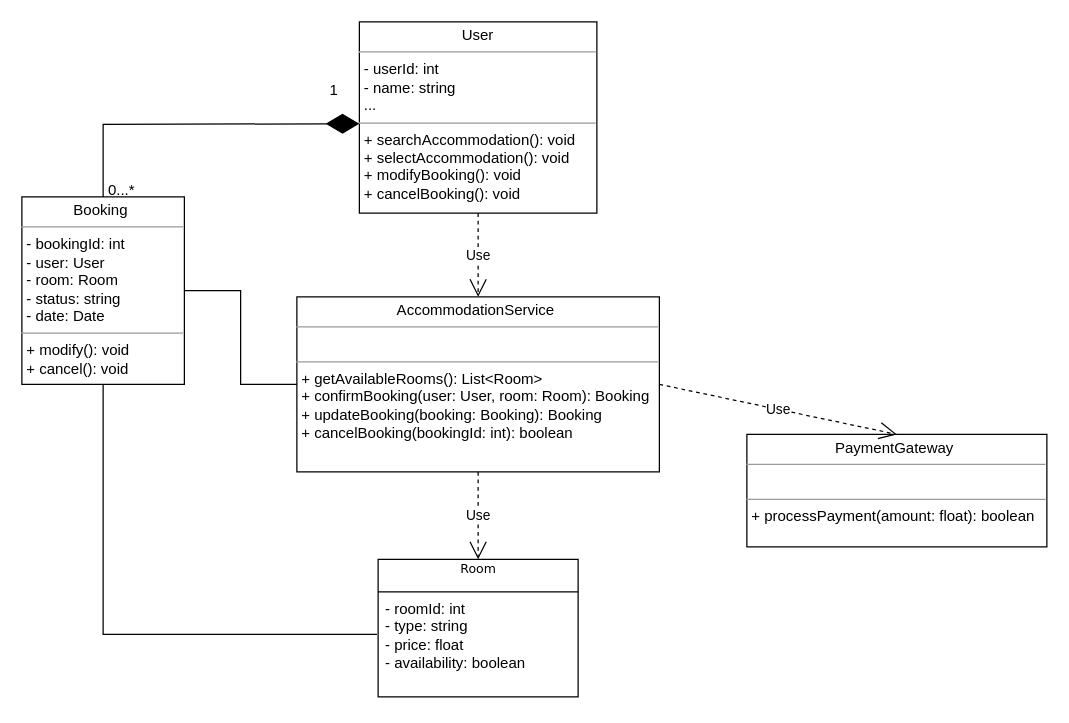
Before: UML Modeling/Class Diagram/AccomodationClassDiagram.drawio in Luis-S4/Tourism-MS, a draw.io diagram. Source tidied: cells renumbered, new cells numbered last; positions are measured from the earlier drawing's top-left corner, leaving out a move shared by most shapes. Both pictures are drawn from the tidied source at 125%, with x=0, y=0 at pixel (21, 21).
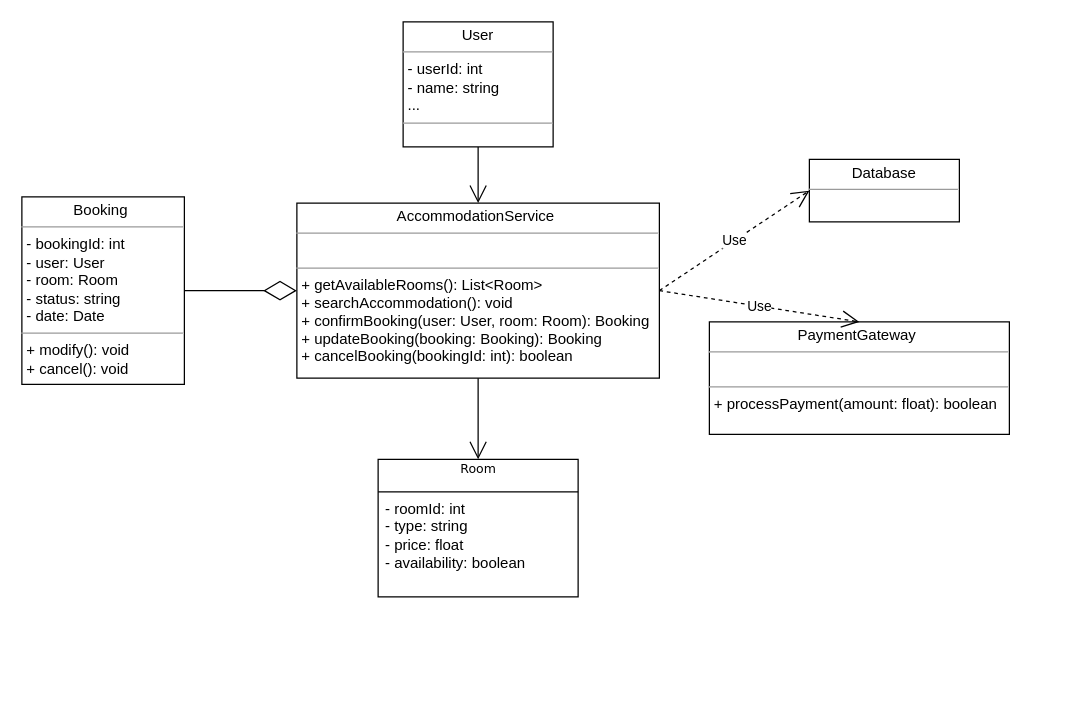
Above is the later version.

Change to the diagram source:
```diff
@@
 <mxGraphModel>
   <root>
     <mxCell id="0" />
     <mxCell id="1" parent="0" />
     <mxCell id="2" value="Room&lt;div&gt;&lt;br/&gt;&lt;/div&gt;" style="swimlane;html=1;fontStyle=0;horizontal=1;startSize=26;fillColor=none;swimlaneFillColor=#ffffff;rounded=0;shadow=0;comic=0;labelBackgroundColor=none;strokeWidth=1;fontFamily=Verdana;fontSize=10;align=center;" parent="1" vertex="1">
-      <mxGeometry x="285" y="430" width="160" height="110" as="geometry" />
+      <mxGeometry x="285" y="350" width="160" height="110" as="geometry" />
     </mxCell>
     <mxCell id="3" value="- roomId: int&amp;nbsp;&lt;div&gt;- type: string&amp;nbsp;&lt;/div&gt;&lt;div&gt;- price: float&amp;nbsp;&lt;/div&gt;&lt;div&gt;- availability: boolean&lt;/div&gt;" style="text;html=1;strokeColor=none;fillColor=none;align=left;verticalAlign=top;spacingLeft=4;spacingRight=4;whiteSpace=wrap;overflow=hidden;points=[[0,0.5],[1,0.5]];portConstraint=eastwest;" parent="2" vertex="1">
       <mxGeometry y="26" width="160" height="84" as="geometry" />
     </mxCell>
-    <mxCell id="4" value="&lt;p style=&quot;margin:0px;margin-top:4px;text-align:center;&quot;&gt;AccommodationService&amp;nbsp;&lt;/p&gt;&lt;hr size=&quot;1&quot;&gt;&lt;p style=&quot;margin:0px;margin-left:4px;&quot;&gt;&lt;br&gt;&lt;/p&gt;&lt;hr size=&quot;1&quot;&gt;&lt;p style=&quot;margin:0px;margin-left:4px;&quot;&gt;+ getAvailableRooms(): List&amp;lt;Room&amp;gt;&amp;nbsp;&lt;/p&gt;&lt;p style=&quot;margin:0px;margin-left:4px;&quot;&gt;+ confirmBooking(user: User, room: Room): Booking&amp;nbsp;&lt;/p&gt;&lt;p style=&quot;margin:0px;margin-left:4px;&quot;&gt;+ updateBooking(booking: Booking): Booking&amp;nbsp;&lt;/p&gt;&lt;p style=&quot;margin:0px;margin-left:4px;&quot;&gt;+ cancelBooking(bookingId: int): boolean&lt;/p&gt;" style="verticalAlign=top;align=left;overflow=fill;fontSize=12;fontFamily=Helvetica;html=1;rounded=0;shadow=0;comic=0;labelBackgroundColor=none;strokeWidth=1;" parent="1" vertex="1">
-      <mxGeometry x="220" y="220" width="290" height="140" as="geometry" />
+    <mxCell id="4" value="&lt;p style=&quot;margin:0px;margin-top:4px;text-align:center;&quot;&gt;AccommodationService&amp;nbsp;&lt;/p&gt;&lt;hr size=&quot;1&quot;&gt;&lt;p style=&quot;margin:0px;margin-left:4px;&quot;&gt;&lt;br&gt;&lt;/p&gt;&lt;hr size=&quot;1&quot;&gt;&lt;p style=&quot;margin:0px;margin-left:4px;&quot;&gt;+ getAvailableRooms(): List&amp;lt;Room&amp;gt;&amp;nbsp;&lt;/p&gt;&lt;p style=&quot;margin:0px;margin-left:4px;&quot;&gt;+ searchAccommodation(): void&amp;nbsp;&lt;/p&gt;&lt;p style=&quot;margin:0px;margin-left:4px;&quot;&gt;+ confirmBooking(user: User, room: Room): Booking&amp;nbsp;&lt;/p&gt;&lt;p style=&quot;margin:0px;margin-left:4px;&quot;&gt;+ updateBooking(booking: Booking): Booking&amp;nbsp;&lt;/p&gt;&lt;p style=&quot;margin:0px;margin-left:4px;&quot;&gt;+ cancelBooking(bookingId: int): boolean&lt;/p&gt;" style="verticalAlign=top;align=left;overflow=fill;fontSize=12;fontFamily=Helvetica;html=1;rounded=0;shadow=0;comic=0;labelBackgroundColor=none;strokeWidth=1;" parent="1" vertex="1">
+      <mxGeometry x="220" y="145" width="290" height="140" as="geometry" />
     </mxCell>
-    <mxCell id="5" value="&lt;p style=&quot;margin:0px;margin-top:4px;text-align:center;&quot;&gt;User&lt;/p&gt;&lt;hr size=&quot;1&quot;&gt;&lt;p style=&quot;margin:0px;margin-left:4px;&quot;&gt;- userId: int&amp;nbsp;&lt;/p&gt;&lt;p style=&quot;margin:0px;margin-left:4px;&quot;&gt;- name: string&lt;/p&gt;&lt;p style=&quot;margin:0px;margin-left:4px;&quot;&gt;...&lt;/p&gt;&lt;hr size=&quot;1&quot;&gt;&lt;p style=&quot;margin:0px;margin-left:4px;&quot;&gt;+ searchAccommodation(): void&amp;nbsp;&lt;/p&gt;&lt;p style=&quot;margin:0px;margin-left:4px;&quot;&gt;+ selectAccommodation(): void&amp;nbsp;&lt;/p&gt;&lt;p style=&quot;margin:0px;margin-left:4px;&quot;&gt;+ modifyBooking(): void&amp;nbsp;&lt;/p&gt;&lt;p style=&quot;margin:0px;margin-left:4px;&quot;&gt;+ cancelBooking(): void&lt;/p&gt;" style="verticalAlign=top;align=left;overflow=fill;fontSize=12;fontFamily=Helvetica;html=1;rounded=0;shadow=0;comic=0;labelBackgroundColor=none;strokeWidth=1;" parent="1" vertex="1">
-      <mxGeometry x="270" width="190" height="153" as="geometry" />
+    <mxCell id="5" value="&lt;p style=&quot;margin:0px;margin-top:4px;text-align:center;&quot;&gt;User&lt;/p&gt;&lt;hr size=&quot;1&quot;&gt;&lt;p style=&quot;margin:0px;margin-left:4px;&quot;&gt;- userId: int&amp;nbsp;&lt;/p&gt;&lt;p style=&quot;margin:0px;margin-left:4px;&quot;&gt;- name: string&lt;/p&gt;&lt;p style=&quot;margin:0px;margin-left:4px;&quot;&gt;...&lt;/p&gt;&lt;hr size=&quot;1&quot;&gt;&lt;p style=&quot;margin:0px;margin-left:4px;&quot;&gt;&lt;br&gt;&lt;/p&gt;" style="verticalAlign=top;align=left;overflow=fill;fontSize=12;fontFamily=Helvetica;html=1;rounded=0;shadow=0;comic=0;labelBackgroundColor=none;strokeWidth=1;" parent="1" vertex="1">
+      <mxGeometry x="305" width="120" height="100" as="geometry" />
     </mxCell>
     <mxCell id="6" value="&lt;p style=&quot;margin:0px;margin-top:4px;text-align:center;&quot;&gt;PaymentGateway&amp;nbsp;&lt;/p&gt;&lt;hr size=&quot;1&quot;&gt;&lt;p style=&quot;margin:0px;margin-left:4px;&quot;&gt;&lt;br&gt;&lt;/p&gt;&lt;hr size=&quot;1&quot;&gt;&lt;p style=&quot;margin: 0px 0px 0px 4px;&quot;&gt;+ processPayment(amount: float): boolean&lt;/p&gt;" style="verticalAlign=top;align=left;overflow=fill;fontSize=12;fontFamily=Helvetica;html=1;rounded=0;shadow=0;comic=0;labelBackgroundColor=none;strokeWidth=1;" parent="1" vertex="1">
-      <mxGeometry x="580" y="330" width="240" height="90" as="geometry" />
+      <mxGeometry x="550" y="240" width="240" height="90" as="geometry" />
     </mxCell>
     <mxCell id="7" value="&lt;p style=&quot;margin:0px;margin-top:4px;text-align:center;&quot;&gt;Booking&amp;nbsp;&lt;/p&gt;&lt;hr size=&quot;1&quot;&gt;&lt;p style=&quot;margin:0px;margin-left:4px;&quot;&gt;- bookingId: int&amp;nbsp;&lt;/p&gt;&lt;p style=&quot;margin:0px;margin-left:4px;&quot;&gt;- user: User&amp;nbsp;&lt;/p&gt;&lt;p style=&quot;margin:0px;margin-left:4px;&quot;&gt;- room: Room&amp;nbsp;&lt;/p&gt;&lt;p style=&quot;margin:0px;margin-left:4px;&quot;&gt;- status: string&amp;nbsp;&lt;/p&gt;&lt;p style=&quot;margin:0px;margin-left:4px;&quot;&gt;- date: Date&lt;/p&gt;&lt;hr size=&quot;1&quot;&gt;&lt;p style=&quot;margin:0px;margin-left:4px;&quot;&gt;+ modify(): void&amp;nbsp;&lt;/p&gt;&lt;p style=&quot;margin:0px;margin-left:4px;&quot;&gt;+ cancel(): void&lt;/p&gt;" style="verticalAlign=top;align=left;overflow=fill;fontSize=12;fontFamily=Helvetica;html=1;rounded=0;shadow=0;comic=0;labelBackgroundColor=none;strokeWidth=1;" parent="1" vertex="1">
       <mxGeometry y="140" width="130" height="150" as="geometry" />
     </mxCell>
-    <mxCell id="8" value="0...*" style="text;html=1;align=center;verticalAlign=middle;whiteSpace=wrap;rounded=0;" parent="1" vertex="1">
-      <mxGeometry x="50" y="120" width="60" height="30" as="geometry" />
-    </mxCell>
-    <mxCell id="9" style="endArrow=diamondThin;endFill=1;endSize=24;html=1;rounded=0;entryX=0;entryY=0.5;entryDx=0;entryDy=0;exitX=0.5;exitY=0;exitDx=0;exitDy=0;" parent="1" edge="1" source="7">
-      <mxGeometry relative="1" as="geometry">
-        <mxPoint x="270" y="81.5" as="targetPoint" />
-        <Array as="points">
-          <mxPoint x="65" y="82" />
-        </Array>
-      </mxGeometry>
-    </mxCell>
-    <mxCell id="10" value="1" style="text;html=1;align=center;verticalAlign=middle;whiteSpace=wrap;rounded=0;" parent="1" vertex="1">
-      <mxGeometry x="220" y="40" width="60" height="30" as="geometry" />
-    </mxCell>
+    <mxCell id="14" value="Use" style="endArrow=open;endSize=12;dashed=1;html=1;rounded=0;entryX=0.5;entryY=0;entryDx=0;entryDy=0;exitX=1;exitY=0.5;exitDx=0;exitDy=0;" parent="1" edge="1" source="4" target="6">
+      <mxGeometry relative="1" as="geometry" />
+    </mxCell>
-    <mxCell id="11" value="Use" style="endArrow=open;endSize=12;dashed=1;html=1;rounded=0;exitX=0.5;exitY=1;exitDx=0;exitDy=0;entryX=0.5;entryY=0;entryDx=0;entryDy=0;" parent="1" edge="1" source="5" target="4">
+    <mxCell id="11" style="endArrow=open;endFill=1;endSize=12;html=1;rounded=0;exitX=0.5;exitY=1;exitDx=0;exitDy=0;entryX=0.5;entryY=0;entryDx=0;entryDy=0;" parent="1" edge="1" source="5" target="4">
       <mxGeometry relative="1" as="geometry" />
     </mxCell>
+    <mxCell id="13" style="endArrow=diamondThin;endFill=0;endSize=24;html=1;rounded=0;entryX=0;entryY=0.5;entryDx=0;entryDy=0;exitX=1;exitY=0.5;exitDx=0;exitDy=0;" parent="1" edge="1" source="7" target="4">
+      <mxGeometry relative="1" as="geometry" />
+    </mxCell>
+    <mxCell id="16" value="&lt;p style=&quot;margin:0px;margin-top:4px;text-align:center;&quot;&gt;Database&lt;/p&gt;&lt;hr size=&quot;1&quot;&gt;&lt;p style=&quot;margin:0px;margin-left:4px;&quot;&gt;&lt;br&gt;&lt;/p&gt;" style="verticalAlign=top;align=left;overflow=fill;fontSize=12;fontFamily=Helvetica;html=1;rounded=0;shadow=0;comic=0;labelBackgroundColor=none;strokeWidth=1;" parent="1" vertex="1">
+      <mxGeometry x="630" y="110" width="120" height="50" as="geometry" />
+    </mxCell>
+    <mxCell id="17" value="Use" style="endArrow=open;endSize=12;dashed=1;html=1;rounded=0;entryX=0;entryY=0.5;entryDx=0;entryDy=0;exitX=1;exitY=0.5;exitDx=0;exitDy=0;" parent="1" edge="1" source="4" target="16">
+      <mxGeometry relative="1" as="geometry" />
+    </mxCell>
-    <mxCell id="12" value="Use" style="endArrow=open;endSize=12;dashed=1;html=1;rounded=0;exitX=0.5;exitY=1;exitDx=0;exitDy=0;entryX=0.5;entryY=0;entryDx=0;entryDy=0;" parent="1" edge="1" source="4" target="2">
+    <mxCell id="12" style="endArrow=open;endFill=1;endSize=12;html=1;rounded=0;exitX=0.5;exitY=1;exitDx=0;exitDy=0;entryX=0.5;entryY=0;entryDx=0;entryDy=0;" parent="1" edge="1" source="4" target="2">
       <mxGeometry relative="1" as="geometry" />
     </mxCell>
-    <mxCell id="13" style="endArrow=none;html=1;edgeStyle=orthogonalEdgeStyle;rounded=0;entryX=0;entryY=0.5;entryDx=0;entryDy=0;exitX=1;exitY=0.5;exitDx=0;exitDy=0;" parent="1" edge="1" source="7" target="4">
-      <mxGeometry relative="1" as="geometry" />
-    </mxCell>
-    <mxCell id="14" value="Use" style="endArrow=open;endSize=12;dashed=1;html=1;rounded=0;entryX=0.5;entryY=0;entryDx=0;entryDy=0;exitX=1;exitY=0.5;exitDx=0;exitDy=0;" parent="1" edge="1" source="4" target="6">
-      <mxGeometry relative="1" as="geometry" />
-    </mxCell>
-    <mxCell id="15" style="endArrow=none;html=1;edgeStyle=orthogonalEdgeStyle;rounded=0;exitX=0.5;exitY=1;exitDx=0;exitDy=0;entryX=-0.006;entryY=0.405;entryDx=0;entryDy=0;entryPerimeter=0;" parent="1" edge="1" source="7" target="3">
-      <mxGeometry relative="1" as="geometry">
-        <Array as="points">
-          <mxPoint x="65" y="490" />
-        </Array>
-      </mxGeometry>
-    </mxCell>
   </root>
 </mxGraphModel>
```
